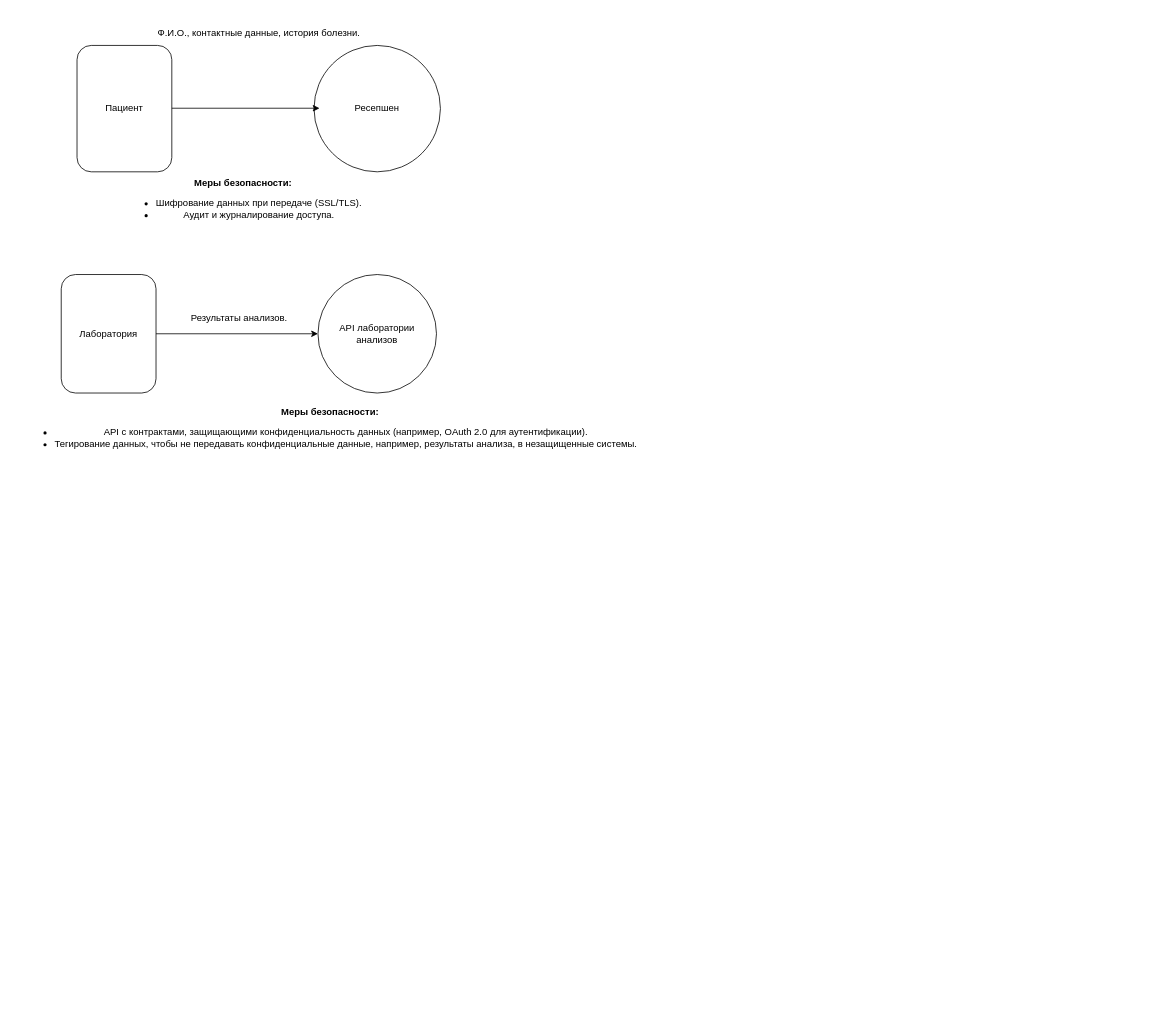
This is Exc1/Exc1.drawio from shdwIsaac/architecture-sprint-10, a draw.io file, before an edit. Source tidied: cells renumbered, new cells numbered last; positions are measured from the earlier drawing's top-left corner, leaving out a move shared by most shapes. Both pictures are drawn from the tidied source at 79%, with x=0, y=0 at pixel (13, 21).
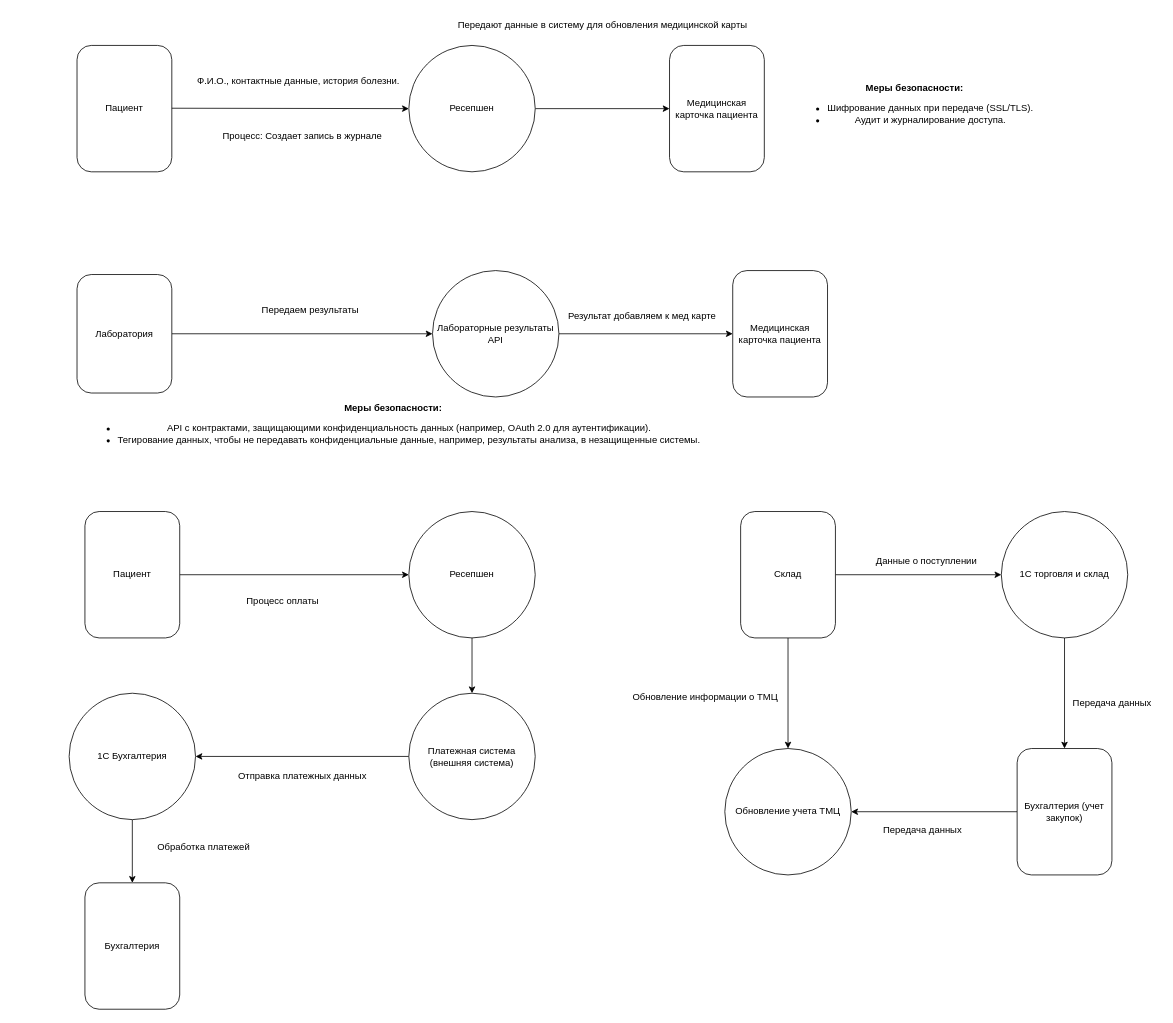
After the change.

Change to the diagram source:
```diff
@@
+    <mxCell id="12" style="edgeStyle=orthogonalEdgeStyle;rounded=0;jettySize=auto;html=1;entryX=0;entryY=0.5;entryDx=0;entryDy=0;" parent="1" edge="1" source="3" target="15">
+      <mxGeometry relative="1" as="geometry" />
+    </mxCell>
     <mxCell id="3" value="Ресепшен" style="ellipse;whiteSpace=wrap;html=1;" parent="1" vertex="1">
-      <mxGeometry x="380" y="30" width="160" height="160" as="geometry" />
+      <mxGeometry x="500" y="30" width="160" height="160" as="geometry" />
     </mxCell>
-    <mxCell id="4" style="edgeStyle=orthogonalEdgeStyle;rounded=0;orthogonalLoop=1;jettySize=auto;html=1;exitX=1;exitY=0.25;exitDx=0;exitDy=0;entryX=0.044;entryY=0.25;entryDx=0;entryDy=0;entryPerimeter=0;" parent="1" edge="1">
+    <mxCell id="4" style="edgeStyle=orthogonalEdgeStyle;rounded=0;jettySize=auto;html=1;exitX=1;exitY=0.25;exitDx=0;exitDy=0;entryX=0;entryY=0.5;entryDx=0;entryDy=0;" parent="1" edge="1" target="3">
       <mxGeometry relative="1" as="geometry">
         <mxPoint x="200" y="109.5" as="sourcePoint" />
-        <mxPoint x="387" y="109.5" as="targetPoint" />
       </mxGeometry>
     </mxCell>
     <mxCell id="5" value="Ф.И.О., контактные данные, история болезни." style="text;html=1;align=center;verticalAlign=middle;strokeColor=none;fillColor=none;" parent="1" vertex="1">
-      <mxGeometry x="170" width="280" height="30" as="geometry" />
+      <mxGeometry x="220" y="60" width="280" height="30" as="geometry" />
     </mxCell>
     <mxCell id="6" value="&lt;strong&gt;Меры безопасности:&lt;/strong&gt;&lt;ul&gt;&lt;li&gt;Шифрование данных при передаче (SSL/TLS).&lt;/li&gt;&lt;li&gt;Аудит и журналирование доступа.&lt;/li&gt;&lt;/ul&gt;" style="text;html=1;align=center;verticalAlign=middle;strokeColor=none;fillColor=none;" parent="1" vertex="1">
-      <mxGeometry x="130" y="190" width="320" height="80" as="geometry" />
+      <mxGeometry x="980" y="70" width="320" height="80" as="geometry" />
     </mxCell>
+    <mxCell id="13" style="edgeStyle=orthogonalEdgeStyle;rounded=0;jettySize=auto;html=1;entryX=0;entryY=0.5;entryDx=0;entryDy=0;" parent="1" edge="1" source="7" target="18">
+      <mxGeometry relative="1" as="geometry" />
+    </mxCell>
-    <mxCell id="7" value="API лаборатории анализов" style="ellipse;whiteSpace=wrap;html=1;" parent="1" vertex="1">
-      <mxGeometry x="385" y="320" width="150" height="150" as="geometry" />
+    <mxCell id="7" value="Лабораторные результаты API" style="ellipse;whiteSpace=wrap;html=1;" parent="1" vertex="1">
+      <mxGeometry x="530" y="315" width="160" height="160" as="geometry" />
     </mxCell>
@@
     <mxCell id="9" value="Лаборатория" style="rounded=1;whiteSpace=wrap;html=1;" parent="1" vertex="1">
-      <mxGeometry x="60" y="320" width="120" height="150" as="geometry" />
+      <mxGeometry x="80" y="320" width="120" height="150" as="geometry" />
     </mxCell>
     <mxCell id="10" value="&lt;strong&gt;Меры безопасности:&lt;/strong&gt;&lt;ul&gt;&lt;li&gt;API с контрактами, защищающими конфиденциальность данных (например, OAuth 2.0 для аутентификации).&lt;/li&gt;&lt;li&gt;Тегирование данных, чтобы не передавать конфиденциальные данные, например, результаты анализа, в незащищенные системы.&lt;/li&gt;&lt;/ul&gt;" style="text;html=1;align=center;verticalAlign=middle;strokeColor=none;fillColor=none;" parent="1" vertex="1">
-      <mxGeometry y="480" width="800" height="80" as="geometry" />
+      <mxGeometry x="80" y="475" width="800" height="80" as="geometry" />
     </mxCell>
-    <mxCell id="11" value="Результаты анализов." style="text;html=1;align=center;verticalAlign=middle;strokeColor=none;fillColor=none;" parent="1" vertex="1">
-      <mxGeometry x="210" y="360" width="150" height="30" as="geometry" />
-    </mxCell>
+    <mxCell id="14" value="Процесс: Создает запись в журнале" style="text;html=1;align=center;verticalAlign=middle;strokeColor=none;fillColor=none;" parent="1" vertex="1">
+      <mxGeometry x="250" y="130" width="230" height="30" as="geometry" />
+    </mxCell>
+    <mxCell id="15" value="Медицинская карточка пациента" style="rounded=1;whiteSpace=wrap;html=1;" parent="1" vertex="1">
+      <mxGeometry x="830" y="30" width="120" height="160" as="geometry" />
+    </mxCell>
+    <mxCell id="16" value="Передают данные в систему для обновления медицинской карты" style="text;html=1;align=center;verticalAlign=middle;strokeColor=none;fillColor=none;" parent="1" vertex="1">
+      <mxGeometry x="550" y="-10" width="390" height="30" as="geometry" />
+    </mxCell>
+    <mxCell id="17" value="Передаем результаты" style="text;html=1;align=center;verticalAlign=middle;strokeColor=none;fillColor=none;" parent="1" vertex="1">
+      <mxGeometry x="300" y="350" width="150" height="30" as="geometry" />
+    </mxCell>
+    <mxCell id="18" value="Медицинская карточка пациента" style="rounded=1;whiteSpace=wrap;html=1;" parent="1" vertex="1">
+      <mxGeometry x="910" y="315" width="120" height="160" as="geometry" />
+    </mxCell>
+    <mxCell id="19" value="Результат добавляем к мед карте&lt;div&gt;&lt;br&gt;&lt;/div&gt;" style="text;html=1;align=center;verticalAlign=middle;strokeColor=none;fillColor=none;" parent="1" vertex="1">
+      <mxGeometry x="690" y="360" width="210" height="40" as="geometry" />
+    </mxCell>
+    <mxCell id="20" style="edgeStyle=orthogonalEdgeStyle;rounded=0;jettySize=auto;html=1;entryX=0;entryY=0.5;entryDx=0;entryDy=0;" parent="1" edge="1" source="21" target="23">
+      <mxGeometry relative="1" as="geometry" />
+    </mxCell>
+    <mxCell id="21" value="Пациент" style="rounded=1;whiteSpace=wrap;html=1;" parent="1" vertex="1">
+      <mxGeometry x="90" y="620" width="120" height="160" as="geometry" />
+    </mxCell>
+    <mxCell id="22" style="edgeStyle=orthogonalEdgeStyle;rounded=0;jettySize=auto;html=1;exitX=0.5;exitY=1;exitDx=0;exitDy=0;entryX=0.5;entryY=0;entryDx=0;entryDy=0;" parent="1" edge="1" source="23" target="25">
+      <mxGeometry relative="1" as="geometry" />
+    </mxCell>
+    <mxCell id="23" value="Ресепшен" style="ellipse;whiteSpace=wrap;html=1;" parent="1" vertex="1">
+      <mxGeometry x="500" y="620" width="160" height="160" as="geometry" />
+    </mxCell>
+    <mxCell id="24" style="edgeStyle=orthogonalEdgeStyle;rounded=0;jettySize=auto;html=1;entryX=1;entryY=0.5;entryDx=0;entryDy=0;" parent="1" edge="1" source="25" target="27">
+      <mxGeometry relative="1" as="geometry" />
+    </mxCell>
+    <mxCell id="25" value="Платежная система (внешняя система)" style="ellipse;whiteSpace=wrap;html=1;" parent="1" vertex="1">
+      <mxGeometry x="500" y="850" width="160" height="160" as="geometry" />
+    </mxCell>
+    <mxCell id="26" style="edgeStyle=orthogonalEdgeStyle;rounded=0;jettySize=auto;html=1;entryX=0.5;entryY=0;entryDx=0;entryDy=0;" parent="1" edge="1" source="27" target="28">
+      <mxGeometry relative="1" as="geometry" />
+    </mxCell>
+    <mxCell id="27" value="1С Бухгалтерия" style="ellipse;whiteSpace=wrap;html=1;" parent="1" vertex="1">
+      <mxGeometry x="70" y="850" width="160" height="160" as="geometry" />
+    </mxCell>
+    <mxCell id="28" value="Бухгалтерия" style="rounded=1;whiteSpace=wrap;html=1;" parent="1" vertex="1">
+      <mxGeometry x="90" y="1090" width="120" height="160" as="geometry" />
+    </mxCell>
+    <mxCell id="29" value="Процесс оплаты" style="text;html=1;align=center;verticalAlign=middle;strokeColor=none;fillColor=none;" parent="1" vertex="1">
+      <mxGeometry x="285" y="718" width="110" height="30" as="geometry" />
+    </mxCell>
+    <mxCell id="30" value="Отправка платежных данных" style="text;html=1;align=center;verticalAlign=middle;strokeColor=none;fillColor=none;" parent="1" vertex="1">
+      <mxGeometry x="270" y="940" width="190" height="30" as="geometry" />
+    </mxCell>
+    <mxCell id="31" value="Обработка платежей" style="text;html=1;align=center;verticalAlign=middle;strokeColor=none;fillColor=none;" parent="1" vertex="1">
+      <mxGeometry x="170" y="1030" width="140" height="30" as="geometry" />
+    </mxCell>
+    <mxCell id="32" style="edgeStyle=orthogonalEdgeStyle;rounded=0;jettySize=auto;html=1;entryX=0;entryY=0.5;entryDx=0;entryDy=0;" parent="1" edge="1" source="34" target="36">
+      <mxGeometry relative="1" as="geometry" />
+    </mxCell>
+    <mxCell id="33" style="edgeStyle=orthogonalEdgeStyle;rounded=0;jettySize=auto;html=1;entryX=0.5;entryY=0;entryDx=0;entryDy=0;" parent="1" edge="1" source="34" target="39">
+      <mxGeometry relative="1" as="geometry" />
+    </mxCell>
+    <mxCell id="34" value="Склад" style="rounded=1;whiteSpace=wrap;html=1;" parent="1" vertex="1">
+      <mxGeometry x="920" y="620" width="120" height="160" as="geometry" />
+    </mxCell>
+    <mxCell id="35" style="edgeStyle=orthogonalEdgeStyle;rounded=0;jettySize=auto;html=1;" parent="1" edge="1" source="36" target="38">
+      <mxGeometry relative="1" as="geometry" />
+    </mxCell>
+    <mxCell id="36" value="1С торговля и склад" style="ellipse;whiteSpace=wrap;html=1;" parent="1" vertex="1">
+      <mxGeometry x="1250" y="620" width="160" height="160" as="geometry" />
+    </mxCell>
+    <mxCell id="37" style="edgeStyle=orthogonalEdgeStyle;rounded=0;jettySize=auto;html=1;entryX=1;entryY=0.5;entryDx=0;entryDy=0;" parent="1" edge="1" source="38" target="39">
+      <mxGeometry relative="1" as="geometry" />
+    </mxCell>
+    <mxCell id="38" value="Бухгалтерия (учет закупок)" style="rounded=1;whiteSpace=wrap;html=1;" parent="1" vertex="1">
+      <mxGeometry x="1270" y="920" width="120" height="160" as="geometry" />
+    </mxCell>
+    <mxCell id="39" value="Обновление учета ТМЦ" style="ellipse;whiteSpace=wrap;html=1;" parent="1" vertex="1">
+      <mxGeometry x="900" y="920" width="160" height="160" as="geometry" />
+    </mxCell>
+    <mxCell id="40" value="Данные о поступлении" style="text;html=1;align=center;verticalAlign=middle;strokeColor=none;fillColor=none;" parent="1" vertex="1">
+      <mxGeometry x="1080" y="668" width="150" height="30" as="geometry" />
+    </mxCell>
+    <mxCell id="41" value="Обновление информации о ТМЦ" style="text;html=1;align=center;verticalAlign=middle;strokeColor=none;fillColor=none;" parent="1" vertex="1">
+      <mxGeometry x="770" y="840" width="210" height="30" as="geometry" />
+    </mxCell>
+    <mxCell id="42" value="Передача данных" style="text;html=1;align=center;verticalAlign=middle;strokeColor=none;fillColor=none;" parent="1" vertex="1">
+      <mxGeometry x="1090" y="1008" width="120" height="30" as="geometry" />
+    </mxCell>
+    <mxCell id="43" value="Передача данных" style="text;html=1;align=center;verticalAlign=middle;strokeColor=none;fillColor=none;" parent="1" vertex="1">
+      <mxGeometry x="1330" y="848" width="120" height="30" as="geometry" />
+    </mxCell>
```
